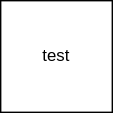
Earlier version of the draw.io export test2.drawio.svg (focrensh/remote-files). Source tidied: cells renumbered, new cells last; positions are measured from the earlier drawing's top-left corner, leaving out a move shared by most shapes. Its diagram source:
```xml
<mxGraphModel>
  <root>
    <mxCell id="0" />
    <mxCell id="1" parent="0" />
    <mxCell id="2" value="test" style="whiteSpace=wrap;html=1;" parent="1" vertex="1">
      <mxGeometry width="80" height="80" as="geometry" />
    </mxCell>
  </root>
</mxGraphModel>
```
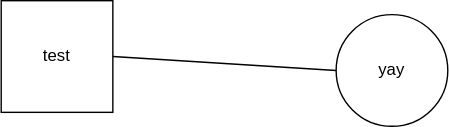
The same diagram one commit later.

Diff of the diagram source:
```diff
@@ -5,5 +5,11 @@
     <mxCell id="2" value="test" style="whiteSpace=wrap;html=1;" parent="1" vertex="1">
       <mxGeometry width="80" height="80" as="geometry" />
     </mxCell>
+    <mxCell id="3" style="endArrow=none;html=1;exitX=1;exitY=0.5;exitDx=0;exitDy=0;entryX=0;entryY=0.5;entryDx=0;entryDy=0;" parent="1" edge="1" source="2" target="4">
+      <mxGeometry relative="1" as="geometry" />
+    </mxCell>
+    <mxCell id="4" value="yay" style="ellipse;whiteSpace=wrap;html=1;" parent="1" vertex="1">
+      <mxGeometry x="240" y="10" width="80" height="80" as="geometry" />
+    </mxCell>
   </root>
 </mxGraphModel>
```
